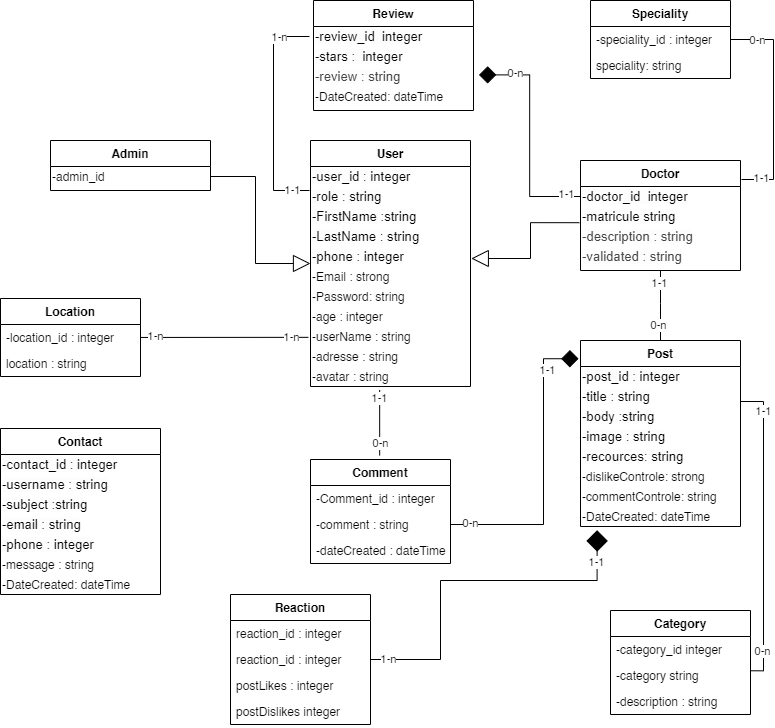
This is conseption/diagram de classe.png from ismailmnifl/FileRougre, a draw.io export, as it was before one commit. Source tidied: cells renumbered, new cells last; positions are measured from the earlier drawing's top-left corner, leaving out a move shared by most shapes.
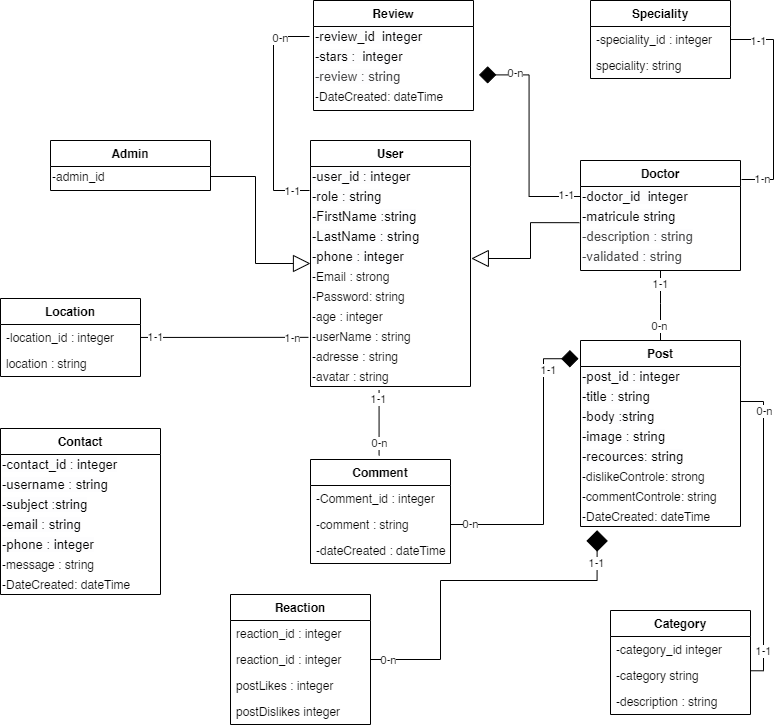
Above is the later version.

The edit, as a diff of the source:
```diff
@@ -200,7 +200,7 @@
     <mxCell id="65" style="rounded=0;jettySize=auto;html=1;entryX=-0.013;entryY=0.542;entryDx=0;entryDy=0;entryPerimeter=0;endArrow=none;endFill=0;endSize=15;strokeWidth=1;" parent="1" edge="1" source="41" target="52">
       <mxGeometry relative="1" as="geometry" />
     </mxCell>
-    <mxCell id="66" value="1-n" style="edgeLabel;html=1;align=center;verticalAlign=middle;" parent="65" vertex="1">
+    <mxCell id="66" value="1-1" style="edgeLabel;html=1;align=center;verticalAlign=middle;" parent="65" vertex="1">
       <mxGeometry x="-0.84" y="1" relative="1" as="geometry" />
     </mxCell>
     <mxCell id="67" value="1-n" style="edgeLabel;html=1;align=center;verticalAlign=middle;" parent="65" vertex="1">
@@ -215,12 +215,12 @@
         </Array>
       </mxGeometry>
     </mxCell>
-    <mxCell id="69" value="1-1" style="edgeLabel;html=1;align=center;verticalAlign=middle;" parent="68" vertex="1">
+    <mxCell id="69" value="1-n" style="edgeLabel;html=1;align=center;verticalAlign=middle;" parent="68" vertex="1">
       <mxGeometry x="0.83" y="-1" relative="1" as="geometry">
         <mxPoint x="2.5" as="offset" />
       </mxGeometry>
     </mxCell>
-    <mxCell id="70" value="0-n" style="edgeLabel;html=1;align=center;verticalAlign=middle;" parent="68" vertex="1">
+    <mxCell id="70" value="1-1" style="edgeLabel;html=1;align=center;verticalAlign=middle;" parent="68" vertex="1">
       <mxGeometry x="-0.75" y="-1" relative="1" as="geometry" />
     </mxCell>
     <mxCell id="71" style="edgeStyle=elbowEdgeStyle;rounded=0;jettySize=auto;html=1;entryX=1.034;entryY=0.42;entryDx=0;entryDy=0;entryPerimeter=0;startArrow=none;startFill=0;endArrow=diamond;endFill=1;endSize=15;targetPerimeterSpacing=0;strokeWidth=1;" parent="1" edge="1" source="5" target="58">
@@ -240,7 +240,7 @@
         </Array>
       </mxGeometry>
     </mxCell>
-    <mxCell id="75" value="1-n" style="edgeLabel;html=1;align=center;verticalAlign=middle;" parent="74" vertex="1">
+    <mxCell id="75" value="0-n" style="edgeLabel;html=1;align=center;verticalAlign=middle;" parent="74" vertex="1">
       <mxGeometry x="-0.73" y="1" relative="1" as="geometry" />
     </mxCell>
     <mxCell id="76" value="1-1" style="edgeLabel;html=1;align=center;verticalAlign=middle;" parent="74" vertex="1">
@@ -264,10 +264,10 @@
         </Array>
       </mxGeometry>
     </mxCell>
-    <mxCell id="81" value="1-1" style="edgeLabel;html=1;align=center;verticalAlign=middle;" parent="80" vertex="1">
+    <mxCell id="81" value="0-n" style="edgeLabel;html=1;align=center;verticalAlign=middle;" parent="80" vertex="1">
       <mxGeometry x="0.79" relative="1" as="geometry" />
     </mxCell>
-    <mxCell id="82" value="0-n" style="edgeLabel;html=1;align=center;verticalAlign=middle;" parent="80" vertex="1">
+    <mxCell id="82" value="1-1" style="edgeLabel;html=1;align=center;verticalAlign=middle;" parent="80" vertex="1">
       <mxGeometry x="-0.79" y="1" relative="1" as="geometry" />
     </mxCell>
     <mxCell id="83" style="edgeStyle=orthogonalEdgeStyle;rounded=0;jettySize=auto;html=1;entryX=0.104;entryY=1.186;entryDx=0;entryDy=0;entryPerimeter=0;endArrow=diamond;endFill=1;endSize=19;" parent="1" edge="1" source="86" target="39">
@@ -283,7 +283,7 @@
         <mxPoint y="-9" as="offset" />
       </mxGeometry>
     </mxCell>
-    <mxCell id="85" value="1-n" style="edgeLabel;html=1;align=center;verticalAlign=middle;" parent="83" vertex="1">
+    <mxCell id="85" value="0-n" style="edgeLabel;html=1;align=center;verticalAlign=middle;" parent="83" vertex="1">
       <mxGeometry x="-0.9" relative="1" as="geometry" />
     </mxCell>
     <mxCell id="86" value="Reaction" style="swimlane;fontStyle=1;horizontal=1;startSize=26;fillColor=none;" parent="1" vertex="1">
```
